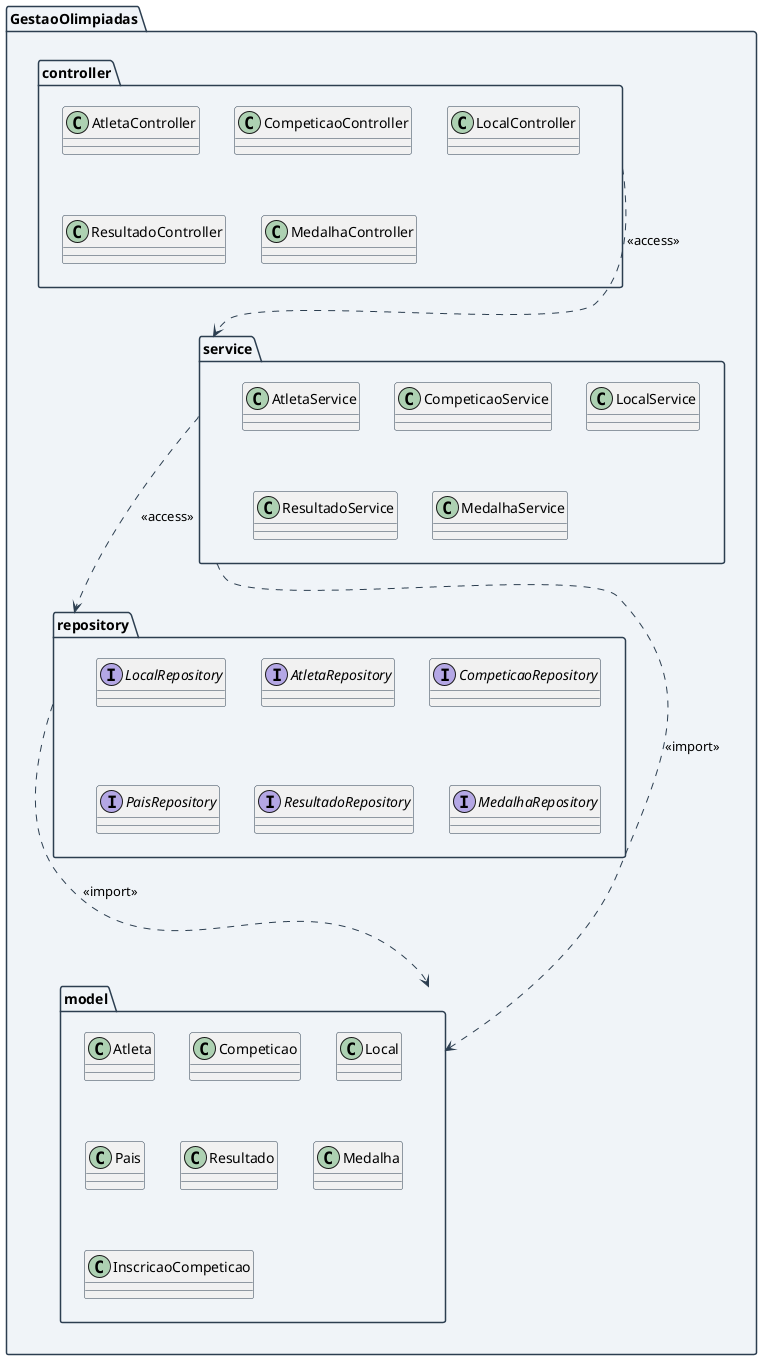
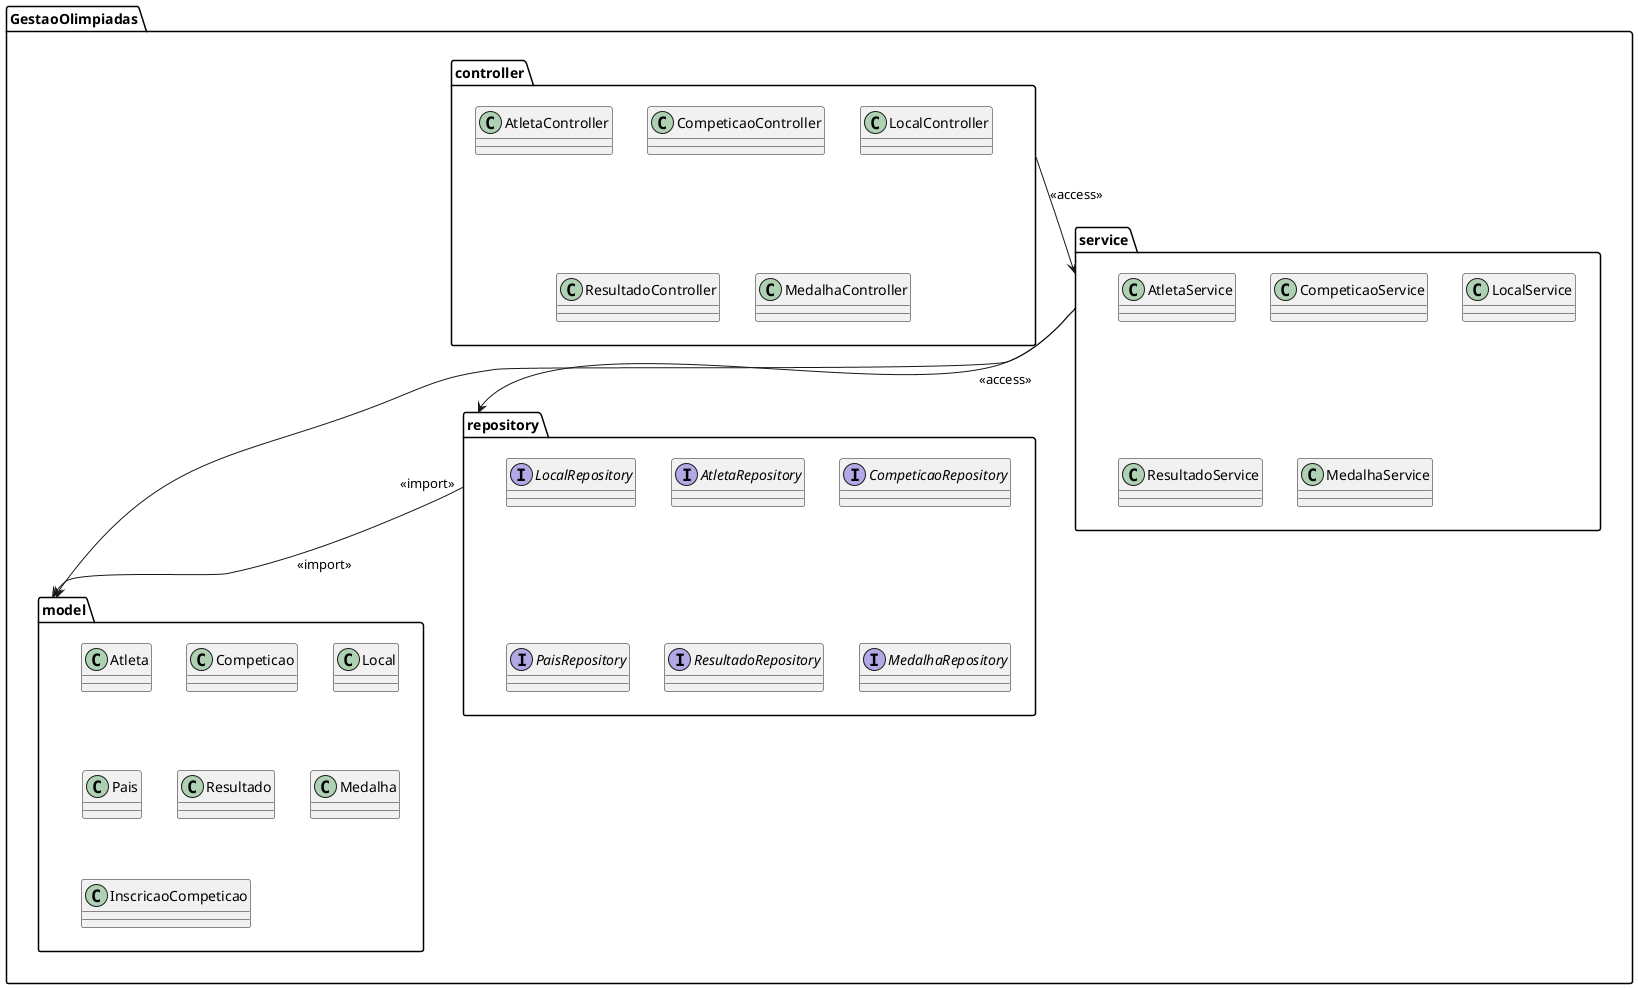
@startuml DiagramaDePacotes_Olimpiadas
- 
- skinparam packageBackgroundColor #F0F4F8
- skinparam packageBorderColor #2C3E50
- skinparam classBorderColor #2C3E50
- skinparam arrowColor #2C3E50
- skinparam shadowing false

package "GestaoOlimpiadas" {

  package "controller" {
    class AtletaController
    class CompeticaoController
    class LocalController
    class ResultadoController
    class MedalhaController
  }

  package "service" {
    class AtletaService
    class CompeticaoService
    class LocalService
    class ResultadoService
    class MedalhaService
  }

  package "repository" {
    interface AtletaRepository
    interface CompeticaoRepository
    interface LocalRepository
    interface PaisRepository
    interface ResultadoRepository
    interface MedalhaRepository
  }

  package "model" {
    class Atleta
    class Competicao
    class Local
    class Pais
    class Resultado
    class Medalha
    class InscricaoCompeticao
  }

+   controller --> service    : <<access>>
+   service    --> repository : <<access>>
+   repository --> model      : <<import>>
+   service    --> model      : <<import>>
+ 
}

- ' Fluxo de cima para baixo
- controller -down..> service    : <<access>>
- service    -down..> repository : <<access>>
- repository -down...> model      : <<import>>
- service    -down..> model      : <<import>>
- 
@enduml